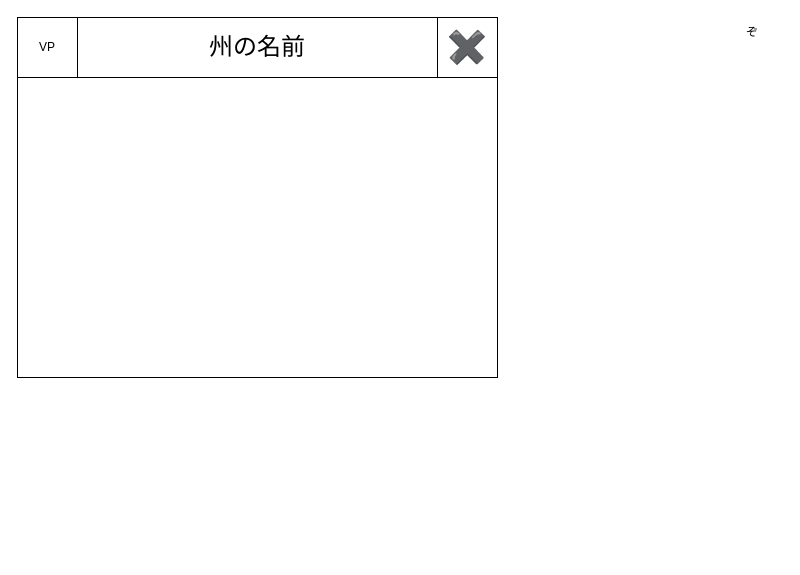
Above: Stateview.drawio in Day-of-Wrath/Day-of-Wrath_drowio (draw.io), before the change. Source tidied: cells renumbered, new cells numbered last; positions are measured from the earlier drawing's top-left corner, leaving out a move shared by most shapes. Both pictures are drawn from the tidied source at 100%, with x=0, y=0 at pixel (17, 17).
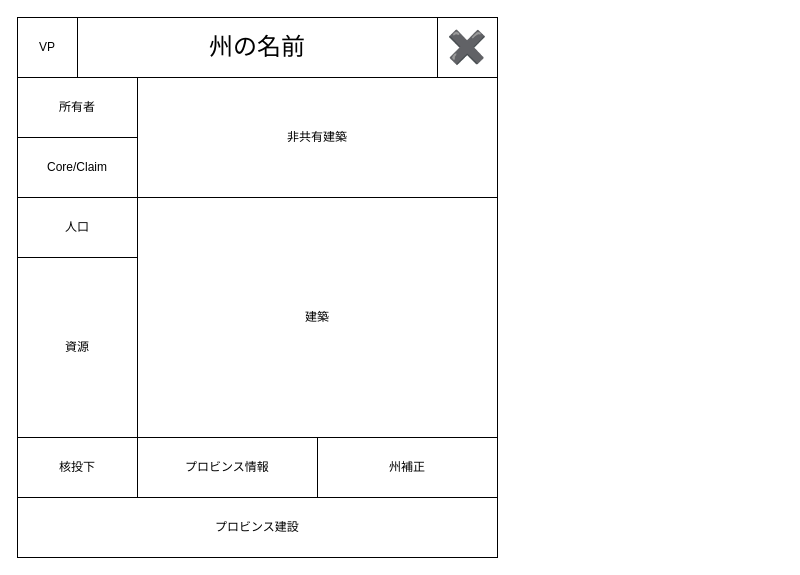
The same diagram, later.

Commit message:
Stateview.drawio を更新します

What changed in the source:
```diff
@@
 <mxGraphModel>
   <root>
     <mxCell id="0" />
     <mxCell id="1" parent="0" />
     <mxCell id="2" style="whiteSpace=wrap;html=1;" parent="1" vertex="1">
-      <mxGeometry width="480" height="360" as="geometry" />
+      <mxGeometry width="480" height="540" as="geometry" />
     </mxCell>
     <mxCell id="3" parent="0" />
     <mxCell id="4" value="VP" style="whiteSpace=wrap;html=1;" parent="3" vertex="1">
       <mxGeometry width="60" height="60" as="geometry" />
     </mxCell>
     <mxCell id="5" value="&lt;font style=&quot;font-size: 24px;&quot;&gt;州の名前&lt;/font&gt;" style="whiteSpace=wrap;html=1;" parent="3" vertex="1">
       <mxGeometry x="60" width="360" height="60" as="geometry" />
     </mxCell>
     <mxCell id="6" value="&lt;font style=&quot;font-size: 32px;&quot; face=&quot;Helvetica&quot;&gt;✖️&lt;/font&gt;" style="whiteSpace=wrap;html=1;" parent="3" vertex="1">
       <mxGeometry x="420" width="60" height="60" as="geometry" />
     </mxCell>
-    <mxCell id="7" value="ぞ" style="text;strokeColor=none;align=center;fillColor=none;html=1;verticalAlign=middle;whiteSpace=wrap;rounded=0;" parent="3" vertex="1">
-      <mxGeometry x="705" width="60" height="30" as="geometry" />
-    </mxCell>
+    <mxCell id="8" value="所有者" style="whiteSpace=wrap;html=1;" parent="3" vertex="1">
+      <mxGeometry y="60" width="120" height="60" as="geometry" />
+    </mxCell>
+    <mxCell id="9" value="Core/Claim" style="whiteSpace=wrap;html=1;" parent="3" vertex="1">
+      <mxGeometry y="120" width="120" height="60" as="geometry" />
+    </mxCell>
+    <mxCell id="10" value="建築" style="whiteSpace=wrap;html=1;" parent="3" vertex="1">
+      <mxGeometry x="120" y="180" width="360" height="240" as="geometry" />
+    </mxCell>
+    <mxCell id="11" value="非共有建築" style="whiteSpace=wrap;html=1;" parent="3" vertex="1">
+      <mxGeometry x="120" y="60" width="360" height="120" as="geometry" />
+    </mxCell>
+    <mxCell id="12" value="人口" style="whiteSpace=wrap;html=1;" parent="3" vertex="1">
+      <mxGeometry y="180" width="120" height="60" as="geometry" />
+    </mxCell>
+    <mxCell id="13" value="資源" style="whiteSpace=wrap;html=1;" parent="3" vertex="1">
+      <mxGeometry y="240" width="120" height="180" as="geometry" />
+    </mxCell>
+    <mxCell id="14" value="プロビンス建設" style="whiteSpace=wrap;html=1;" parent="3" vertex="1">
+      <mxGeometry y="480" width="480" height="60" as="geometry" />
+    </mxCell>
+    <mxCell id="15" value="核投下" style="whiteSpace=wrap;html=1;" parent="3" vertex="1">
+      <mxGeometry y="420" width="120" height="60" as="geometry" />
+    </mxCell>
+    <mxCell id="16" value="プロビンス情報" style="whiteSpace=wrap;html=1;" parent="3" vertex="1">
+      <mxGeometry x="120" y="420" width="180" height="60" as="geometry" />
+    </mxCell>
+    <mxCell id="17" value="州補正" style="whiteSpace=wrap;html=1;" parent="3" vertex="1">
+      <mxGeometry x="300" y="420" width="180" height="60" as="geometry" />
+    </mxCell>
   </root>
 </mxGraphModel>
```
